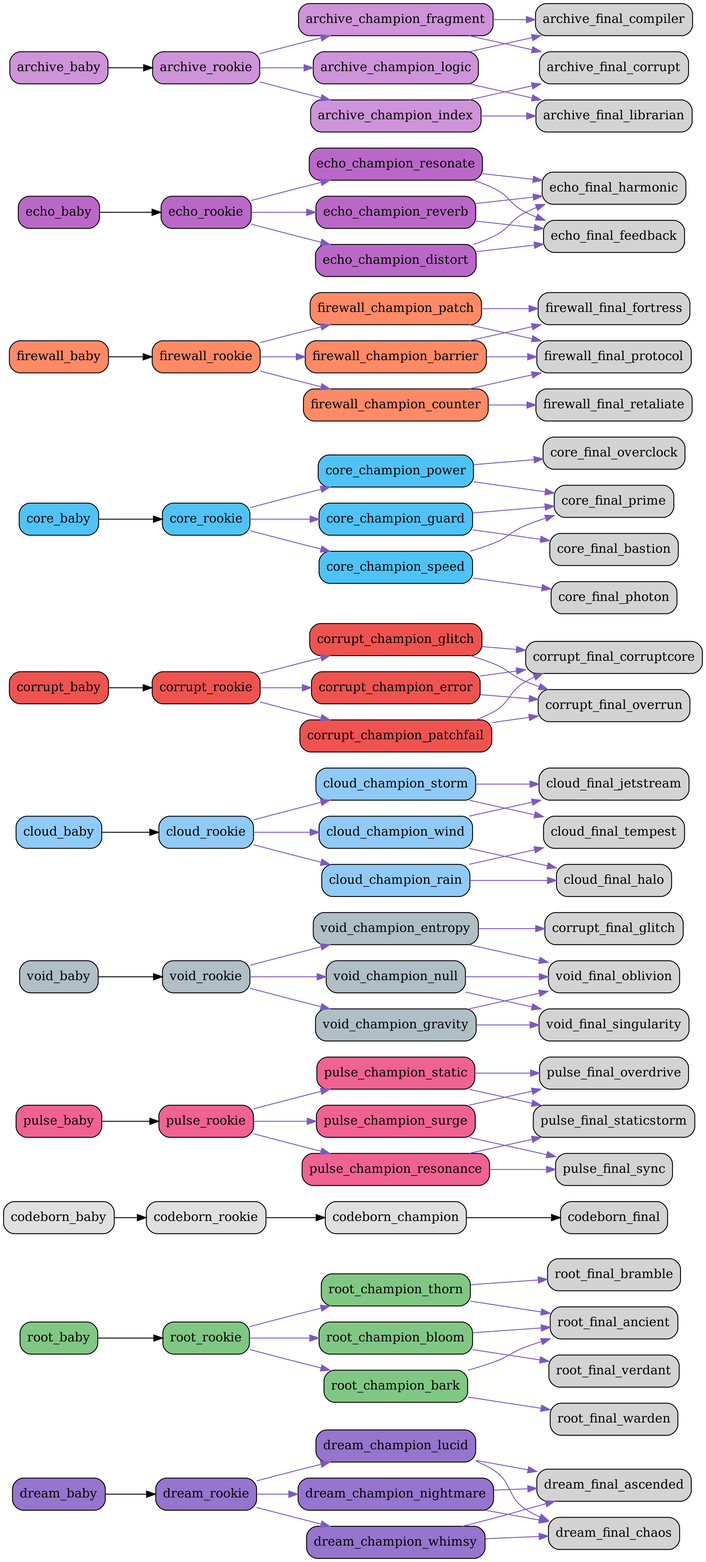
Above: src/netgrid/systems/evolution/graphs/full/evolution_graph.png in bwlight/NetGrid (Graphviz), before the change. Its source is kept beside it as src/netgrid/systems/evolution/graphs/full/evolution_graph.dot.
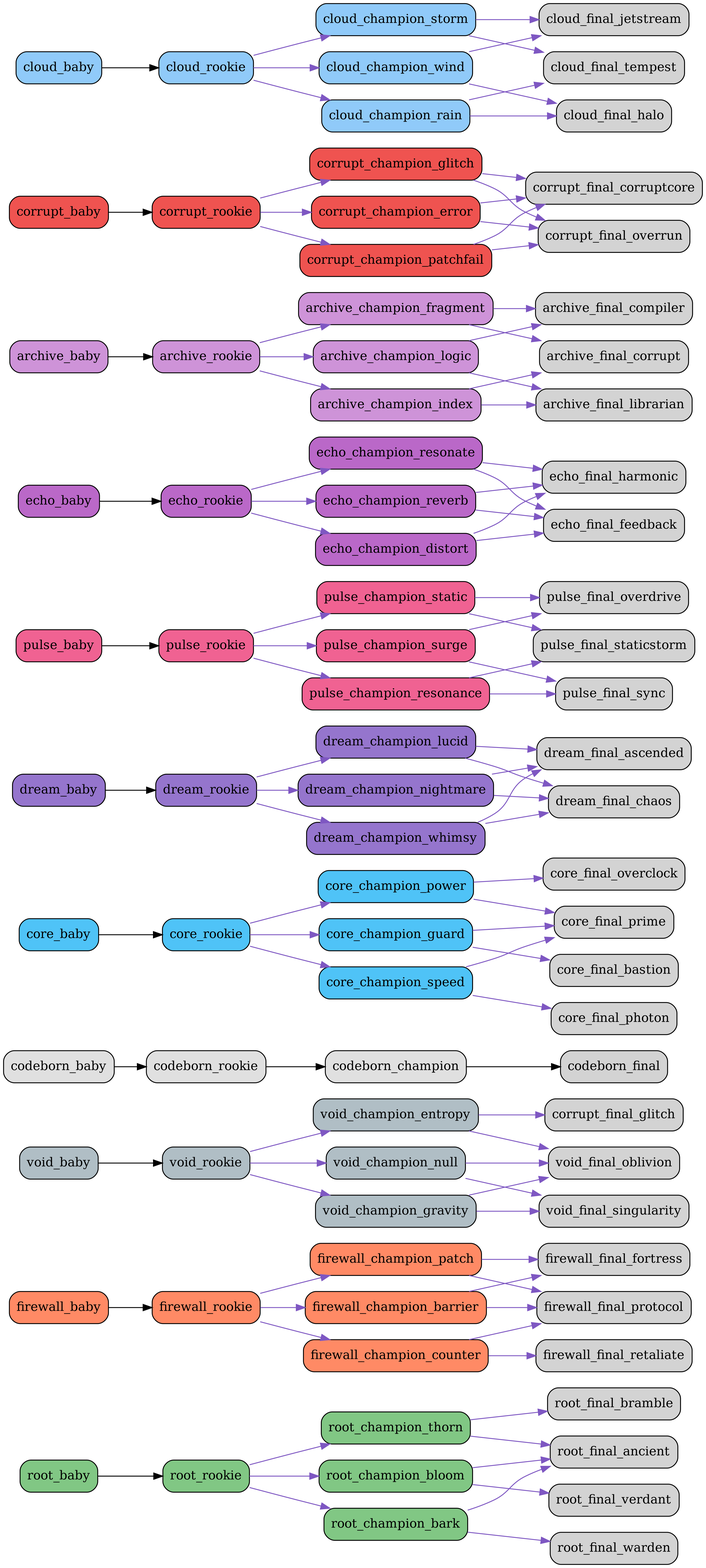
The same diagram one commit later.

Commit message:
Auto-update evolution graphs

Diff of the diagram source:
```diff
@@ -1,6 +1,72 @@
 digraph EvolutionTree {
   rankdir=LR;
   node [shape=box, style="rounded,filled"];
+  "root_baby" [fillcolor="#81c784"];
+  "root_baby" -> "root_rookie";
+  "root_rookie" [fillcolor="#81c784"];
+  "root_rookie" -> "root_champion_thorn" [color="#7e57c2"];
+  "root_rookie" -> "root_champion_bloom" [color="#7e57c2"];
+  "root_rookie" -> "root_champion_bark" [color="#7e57c2"];
+  "root_champion_thorn" [fillcolor="#81c784"];
+  "root_champion_thorn" -> "root_final_bramble" [color="#7e57c2"];
+  "root_champion_thorn" -> "root_final_ancient" [color="#7e57c2"];
+  "root_champion_bloom" [fillcolor="#81c784"];
+  "root_champion_bloom" -> "root_final_ancient" [color="#7e57c2"];
+  "root_champion_bloom" -> "root_final_verdant" [color="#7e57c2"];
+  "root_champion_bark" [fillcolor="#81c784"];
+  "root_champion_bark" -> "root_final_warden" [color="#7e57c2"];
+  "root_champion_bark" -> "root_final_ancient" [color="#7e57c2"];
+  "firewall_baby" [fillcolor="#ff8a65"];
+  "firewall_baby" -> "firewall_rookie";
+  "firewall_rookie" [fillcolor="#ff8a65"];
+  "firewall_rookie" -> "firewall_champion_barrier" [color="#7e57c2"];
+  "firewall_rookie" -> "firewall_champion_counter" [color="#7e57c2"];
+  "firewall_rookie" -> "firewall_champion_patch" [color="#7e57c2"];
+  "firewall_champion_barrier" [fillcolor="#ff8a65"];
+  "firewall_champion_barrier" -> "firewall_final_fortress" [color="#7e57c2"];
+  "firewall_champion_barrier" -> "firewall_final_protocol" [color="#7e57c2"];
+  "firewall_champion_counter" [fillcolor="#ff8a65"];
+  "firewall_champion_counter" -> "firewall_final_retaliate" [color="#7e57c2"];
+  "firewall_champion_counter" -> "firewall_final_protocol" [color="#7e57c2"];
+  "firewall_champion_patch" [fillcolor="#ff8a65"];
+  "firewall_champion_patch" -> "firewall_final_protocol" [color="#7e57c2"];
+  "firewall_champion_patch" -> "firewall_final_fortress" [color="#7e57c2"];
+  "void_baby" [fillcolor="#b0bec5"];
+  "void_baby" -> "void_rookie";
+  "void_rookie" [fillcolor="#b0bec5"];
+  "void_rookie" -> "void_champion_entropy" [color="#7e57c2"];
+  "void_rookie" -> "void_champion_gravity" [color="#7e57c2"];
+  "void_rookie" -> "void_champion_null" [color="#7e57c2"];
+  "void_champion_entropy" [fillcolor="#b0bec5"];
+  "void_champion_entropy" -> "corrupt_final_glitch" [color="#7e57c2"];
+  "void_champion_entropy" -> "void_final_oblivion" [color="#7e57c2"];
+  "void_champion_gravity" [fillcolor="#b0bec5"];
+  "void_champion_gravity" -> "void_final_singularity" [color="#7e57c2"];
+  "void_champion_gravity" -> "void_final_oblivion" [color="#7e57c2"];
+  "void_champion_null" [fillcolor="#b0bec5"];
+  "void_champion_null" -> "void_final_oblivion" [color="#7e57c2"];
+  "void_champion_null" -> "void_final_singularity" [color="#7e57c2"];
+  "codeborn_baby" [fillcolor="#e0e0e0"];
+  "codeborn_baby" -> "codeborn_rookie";
+  "codeborn_rookie" [fillcolor="#e0e0e0"];
+  "codeborn_rookie" -> "codeborn_champion";
+  "codeborn_champion" [fillcolor="#e0e0e0"];
+  "codeborn_champion" -> "codeborn_final";
+  "core_baby" [fillcolor="#4fc3f7"];
+  "core_baby" -> "core_rookie";
+  "core_rookie" [fillcolor="#4fc3f7"];
+  "core_rookie" -> "core_champion_power" [color="#7e57c2"];
+  "core_rookie" -> "core_champion_guard" [color="#7e57c2"];
+  "core_rookie" -> "core_champion_speed" [color="#7e57c2"];
+  "core_champion_power" [fillcolor="#4fc3f7"];
+  "core_champion_power" -> "core_final_overclock" [color="#7e57c2"];
+  "core_champion_power" -> "core_final_prime" [color="#7e57c2"];
+  "core_champion_guard" [fillcolor="#4fc3f7"];
+  "core_champion_guard" -> "core_final_bastion" [color="#7e57c2"];
+  "core_champion_guard" -> "core_final_prime" [color="#7e57c2"];
+  "core_champion_speed" [fillcolor="#4fc3f7"];
+  "core_champion_speed" -> "core_final_photon" [color="#7e57c2"];
+  "core_champion_speed" -> "core_final_prime" [color="#7e57c2"];
   "dream_baby" [fillcolor="#9575cd"];
   "dream_baby" -> "dream_rookie";
   "dream_rookie" [fillcolor="#9575cd"];
@@ -16,27 +82,6 @@
   "dream_champion_whimsy" [fillcolor="#9575cd"];
   "dream_champion_whimsy" -> "dream_final_ascended" [color="#7e57c2"];
   "dream_champion_whimsy" -> "dream_final_chaos" [color="#7e57c2"];
-  "root_baby" [fillcolor="#81c784"];
-  "root_baby" -> "root_rookie";
-  "root_rookie" [fillcolor="#81c784"];
-  "root_rookie" -> "root_champion_thorn" [color="#7e57c2"];
-  "root_rookie" -> "root_champion_bloom" [color="#7e57c2"];
-  "root_rookie" -> "root_champion_bark" [color="#7e57c2"];
-  "root_champion_thorn" [fillcolor="#81c784"];
-  "root_champion_thorn" -> "root_final_bramble" [color="#7e57c2"];
-  "root_champion_thorn" -> "root_final_ancient" [color="#7e57c2"];
-  "root_champion_bloom" [fillcolor="#81c784"];
-  "root_champion_bloom" -> "root_final_ancient" [color="#7e57c2"];
-  "root_champion_bloom" -> "root_final_verdant" [color="#7e57c2"];
-  "root_champion_bark" [fillcolor="#81c784"];
-  "root_champion_bark" -> "root_final_warden" [color="#7e57c2"];
-  "root_champion_bark" -> "root_final_ancient" [color="#7e57c2"];
-  "codeborn_baby" [fillcolor="#e0e0e0"];
-  "codeborn_baby" -> "codeborn_rookie";
-  "codeborn_rookie" [fillcolor="#e0e0e0"];
-  "codeborn_rookie" -> "codeborn_champion";
-  "codeborn_champion" [fillcolor="#e0e0e0"];
-  "codeborn_champion" -> "codeborn_final";
   "pulse_baby" [fillcolor="#f06292"];
   "pulse_baby" -> "pulse_rookie";
   "pulse_rookie" [fillcolor="#f06292"];
@@ -52,81 +97,6 @@
   "pulse_champion_static" [fillcolor="#f06292"];
   "pulse_champion_static" -> "pulse_final_staticstorm" [color="#7e57c2"];
   "pulse_champion_static" -> "pulse_final_overdrive" [color="#7e57c2"];
-  "void_baby" [fillcolor="#b0bec5"];
-  "void_baby" -> "void_rookie";
-  "void_rookie" [fillcolor="#b0bec5"];
-  "void_rookie" -> "void_champion_entropy" [color="#7e57c2"];
-  "void_rookie" -> "void_champion_gravity" [color="#7e57c2"];
-  "void_rookie" -> "void_champion_null" [color="#7e57c2"];
-  "void_champion_entropy" [fillcolor="#b0bec5"];
-  "void_champion_entropy" -> "corrupt_final_glitch" [color="#7e57c2"];
-  "void_champion_entropy" -> "void_final_oblivion" [color="#7e57c2"];
-  "void_champion_gravity" [fillcolor="#b0bec5"];
-  "void_champion_gravity" -> "void_final_singularity" [color="#7e57c2"];
-  "void_champion_gravity" -> "void_final_oblivion" [color="#7e57c2"];
-  "void_champion_null" [fillcolor="#b0bec5"];
-  "void_champion_null" -> "void_final_oblivion" [color="#7e57c2"];
-  "void_champion_null" -> "void_final_singularity" [color="#7e57c2"];
-  "cloud_baby" [fillcolor="#90caf9"];
-  "cloud_baby" -> "cloud_rookie";
-  "cloud_rookie" [fillcolor="#90caf9"];
-  "cloud_rookie" -> "cloud_champion_wind" [color="#7e57c2"];
-  "cloud_rookie" -> "cloud_champion_rain" [color="#7e57c2"];
-  "cloud_rookie" -> "cloud_champion_storm" [color="#7e57c2"];
-  "cloud_champion_wind" [fillcolor="#90caf9"];
-  "cloud_champion_wind" -> "cloud_final_jetstream" [color="#7e57c2"];
-  "cloud_champion_wind" -> "cloud_final_halo" [color="#7e57c2"];
-  "cloud_champion_rain" [fillcolor="#90caf9"];
-  "cloud_champion_rain" -> "cloud_final_halo" [color="#7e57c2"];
-  "cloud_champion_rain" -> "cloud_final_tempest" [color="#7e57c2"];
-  "cloud_champion_storm" [fillcolor="#90caf9"];
-  "cloud_champion_storm" -> "cloud_final_tempest" [color="#7e57c2"];
-  "cloud_champion_storm" -> "cloud_final_jetstream" [color="#7e57c2"];
-  "corrupt_baby" [fillcolor="#ef5350"];
-  "corrupt_baby" -> "corrupt_rookie";
-  "corrupt_rookie" [fillcolor="#ef5350"];
-  "corrupt_rookie" -> "corrupt_champion_glitch" [color="#7e57c2"];
-  "corrupt_rookie" -> "corrupt_champion_error" [color="#7e57c2"];
-  "corrupt_rookie" -> "corrupt_champion_patchfail" [color="#7e57c2"];
-  "corrupt_champion_glitch" [fillcolor="#ef5350"];
-  "corrupt_champion_glitch" -> "corrupt_final_corruptcore" [color="#7e57c2"];
-  "corrupt_champion_glitch" -> "corrupt_final_overrun" [color="#7e57c2"];
-  "corrupt_champion_error" [fillcolor="#ef5350"];
-  "corrupt_champion_error" -> "corrupt_final_overrun" [color="#7e57c2"];
-  "corrupt_champion_error" -> "corrupt_final_corruptcore" [color="#7e57c2"];
-  "corrupt_champion_patchfail" [fillcolor="#ef5350"];
-  "corrupt_champion_patchfail" -> "corrupt_final_corruptcore" [color="#7e57c2"];
-  "corrupt_champion_patchfail" -> "corrupt_final_overrun" [color="#7e57c2"];
-  "core_baby" [fillcolor="#4fc3f7"];
-  "core_baby" -> "core_rookie";
-  "core_rookie" [fillcolor="#4fc3f7"];
-  "core_rookie" -> "core_champion_power" [color="#7e57c2"];
-  "core_rookie" -> "core_champion_guard" [color="#7e57c2"];
-  "core_rookie" -> "core_champion_speed" [color="#7e57c2"];
-  "core_champion_power" [fillcolor="#4fc3f7"];
-  "core_champion_power" -> "core_final_overclock" [color="#7e57c2"];
-  "core_champion_power" -> "core_final_prime" [color="#7e57c2"];
-  "core_champion_guard" [fillcolor="#4fc3f7"];
-  "core_champion_guard" -> "core_final_bastion" [color="#7e57c2"];
-  "core_champion_guard" -> "core_final_prime" [color="#7e57c2"];
-  "core_champion_speed" [fillcolor="#4fc3f7"];
-  "core_champion_speed" -> "core_final_photon" [color="#7e57c2"];
-  "core_champion_speed" -> "core_final_prime" [color="#7e57c2"];
-  "firewall_baby" [fillcolor="#ff8a65"];
-  "firewall_baby" -> "firewall_rookie";
-  "firewall_rookie" [fillcolor="#ff8a65"];
-  "firewall_rookie" -> "firewall_champion_barrier" [color="#7e57c2"];
-  "firewall_rookie" -> "firewall_champion_counter" [color="#7e57c2"];
-  "firewall_rookie" -> "firewall_champion_patch" [color="#7e57c2"];
-  "firewall_champion_barrier" [fillcolor="#ff8a65"];
-  "firewall_champion_barrier" -> "firewall_final_fortress" [color="#7e57c2"];
-  "firewall_champion_barrier" -> "firewall_final_protocol" [color="#7e57c2"];
-  "firewall_champion_counter" [fillcolor="#ff8a65"];
-  "firewall_champion_counter" -> "firewall_final_retaliate" [color="#7e57c2"];
-  "firewall_champion_counter" -> "firewall_final_protocol" [color="#7e57c2"];
-  "firewall_champion_patch" [fillcolor="#ff8a65"];
-  "firewall_champion_patch" -> "firewall_final_protocol" [color="#7e57c2"];
-  "firewall_champion_patch" -> "firewall_final_fortress" [color="#7e57c2"];
   "echo_baby" [fillcolor="#ba68c8"];
   "echo_baby" -> "echo_rookie";
   "echo_rookie" [fillcolor="#ba68c8"];
@@ -157,4 +127,34 @@
   "archive_champion_fragment" [fillcolor="#ce93d8"];
   "archive_champion_fragment" -> "archive_final_corrupt" [color="#7e57c2"];
   "archive_champion_fragment" -> "archive_final_compiler" [color="#7e57c2"];
+  "corrupt_baby" [fillcolor="#ef5350"];
+  "corrupt_baby" -> "corrupt_rookie";
+  "corrupt_rookie" [fillcolor="#ef5350"];
+  "corrupt_rookie" -> "corrupt_champion_glitch" [color="#7e57c2"];
+  "corrupt_rookie" -> "corrupt_champion_error" [color="#7e57c2"];
+  "corrupt_rookie" -> "corrupt_champion_patchfail" [color="#7e57c2"];
+  "corrupt_champion_glitch" [fillcolor="#ef5350"];
+  "corrupt_champion_glitch" -> "corrupt_final_corruptcore" [color="#7e57c2"];
+  "corrupt_champion_glitch" -> "corrupt_final_overrun" [color="#7e57c2"];
+  "corrupt_champion_error" [fillcolor="#ef5350"];
+  "corrupt_champion_error" -> "corrupt_final_overrun" [color="#7e57c2"];
+  "corrupt_champion_error" -> "corrupt_final_corruptcore" [color="#7e57c2"];
+  "corrupt_champion_patchfail" [fillcolor="#ef5350"];
+  "corrupt_champion_patchfail" -> "corrupt_final_corruptcore" [color="#7e57c2"];
+  "corrupt_champion_patchfail" -> "corrupt_final_overrun" [color="#7e57c2"];
+  "cloud_baby" [fillcolor="#90caf9"];
+  "cloud_baby" -> "cloud_rookie";
+  "cloud_rookie" [fillcolor="#90caf9"];
+  "cloud_rookie" -> "cloud_champion_wind" [color="#7e57c2"];
+  "cloud_rookie" -> "cloud_champion_rain" [color="#7e57c2"];
+  "cloud_rookie" -> "cloud_champion_storm" [color="#7e57c2"];
+  "cloud_champion_wind" [fillcolor="#90caf9"];
+  "cloud_champion_wind" -> "cloud_final_jetstream" [color="#7e57c2"];
+  "cloud_champion_wind" -> "cloud_final_halo" [color="#7e57c2"];
+  "cloud_champion_rain" [fillcolor="#90caf9"];
+  "cloud_champion_rain" -> "cloud_final_halo" [color="#7e57c2"];
+  "cloud_champion_rain" -> "cloud_final_tempest" [color="#7e57c2"];
+  "cloud_champion_storm" [fillcolor="#90caf9"];
+  "cloud_champion_storm" -> "cloud_final_tempest" [color="#7e57c2"];
+  "cloud_champion_storm" -> "cloud_final_jetstream" [color="#7e57c2"];
 }
```
